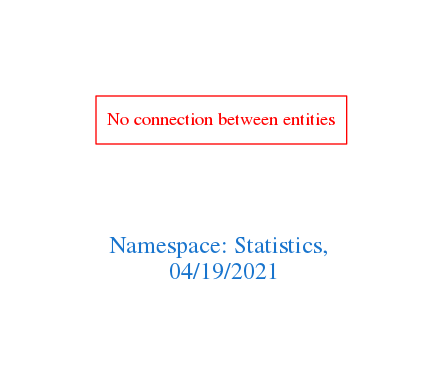
Before: downloads/Statistics.png, a diagram exported from Graphviz (arago/OGIT). Its source is kept beside it as downloads/Statistics.dot.
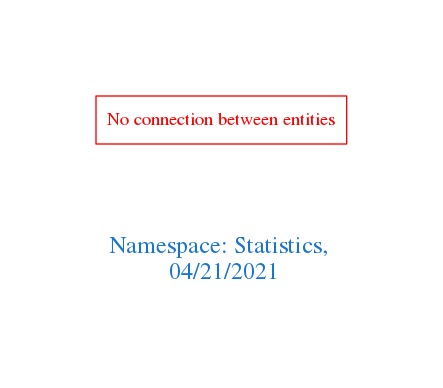
The same diagram one commit later.

The edit, as a diff of the source:
```diff
@@ -1,7 +1,7 @@
 digraph OGIT_ontology {
  graph [ rankdir= LR,pad=1
 fontsize = 18,
-fontcolor= dodgerblue3,label = "\n\n\nNamespace: Statistics, \n 04/19/2021"];
+fontcolor= dodgerblue3,label = "\n\n\nNamespace: Statistics, \n 04/21/2021"];
 node[shape=polygon];
 edge [  color="gray81"];
 
```
